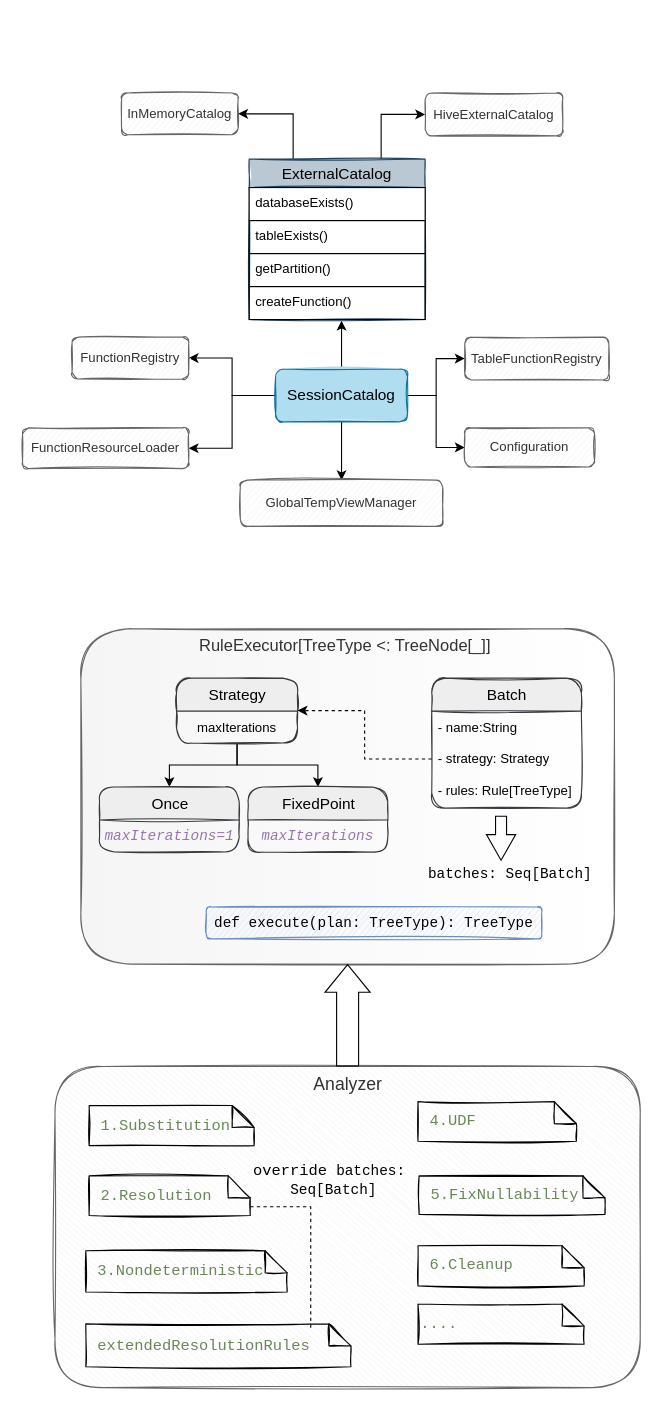
The draw.io diagram Analyzed_and_so_on.drawio in kirito1015/spark_source.sql, before the edit. Source tidied: cells renumbered, new cells numbered last; positions are measured from the earlier drawing's top-left corner, leaving out a move shared by most shapes. Both pictures are drawn from the tidied source at 110%, with x=0, y=0 at pixel (22, 92).
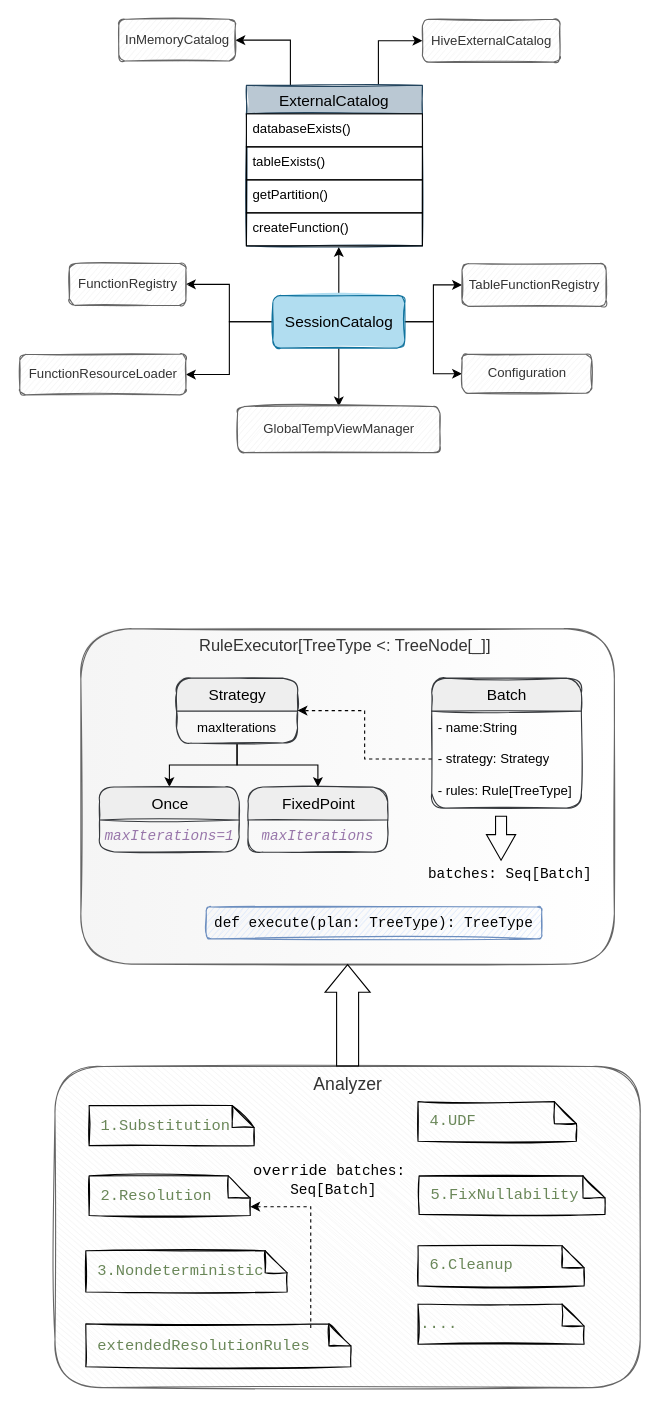
Above is the later version.

The change refers to these unchanged cells:
```xml
<mxCell id="43" value="&lt;pre style=&quot;color: rgb(169, 183, 198); font-family: &amp;quot;jetbrains mono&amp;quot;, monospace; font-size: 14px;&quot;&gt;&lt;span style=&quot;color: rgb(106, 135, 89); font-size: 14px;&quot;&gt; 2.Resolution&lt;/span&gt;&lt;/pre&gt;" style="shape=note;size=20;whiteSpace=wrap;html=1;rounded=0;shadow=0;glass=0;labelBackgroundColor=none;sketch=1;disableMultiStroke=0;disableMultiStrokeFill=0;fillStyle=auto;fontFamily=Helvetica;fontSize=14;fontColor=default;strokeColor=default;fillColor=none;gradientColor=#ffffff;gradientDirection=south;align=left;" parent="1" vertex="1">
  <mxGeometry x="60.5" y="984.5" width="146.5" height="36" as="geometry" />
</mxCell>
```

What changed in the source:
```diff
@@
     <mxCell id="10" value="SessionCatalog" style="rounded=1;whiteSpace=wrap;html=1;sketch=1;shadow=0;glass=0;fillColor=#b1ddf0;strokeColor=#10739e;overflow=visible;noLabel=0;direction=north;portConstraintRotation=0;snapToPoint=0;perimeter=rectanglePerimeter;fixDash=0;disableMultiStroke=0;disableMultiStrokeFill=0;dashOffset=1;fillStyle=solid;fontSize=14;" parent="1" vertex="1">
-      <mxGeometry x="230" y="251" width="120" height="48" as="geometry" />
+      <mxGeometry x="227.5" y="184" width="120" height="48" as="geometry" />
     </mxCell>
@@
     <mxCell id="13" value="ExternalCatalog" style="swimlane;fontStyle=0;horizontal=1;startSize=26;align=center;fontSize=14;shadow=0;glass=0;sketch=1;disableMultiStroke=0;disableMultiStrokeFill=0;fillStyle=solid;fillColor=#bac8d3;strokeColor=#23445d;" parent="1" vertex="1">
-      <mxGeometry x="206" y="60" width="160" height="146" as="geometry" />
+      <mxGeometry x="203.5" y="-7" width="160" height="146" as="geometry" />
     </mxCell>
@@
     <mxCell id="18" value="GlobalTempViewManager" style="rounded=1;whiteSpace=wrap;html=1;sketch=1;shadow=0;glass=0;fillColor=#f5f5f5;strokeColor=#666666;overflow=visible;noLabel=0;direction=east;portConstraintRotation=0;snapToPoint=0;perimeter=rectanglePerimeter;fixDash=0;disableMultiStroke=0;disableMultiStrokeFill=0;dashOffset=1;fillStyle=auto;fontSize=12;fontColor=#333333;" parent="1" vertex="1">
-      <mxGeometry x="198" y="352" width="184" height="42" as="geometry" />
+      <mxGeometry x="195.5" y="285" width="184" height="42" as="geometry" />
     </mxCell>
     <mxCell id="19" value="FunctionResourceLoader" style="rounded=1;whiteSpace=wrap;html=1;sketch=1;shadow=0;glass=0;overflow=visible;noLabel=0;direction=east;portConstraintRotation=0;snapToPoint=0;perimeter=rectanglePerimeter;fixDash=0;disableMultiStroke=0;disableMultiStrokeFill=0;dashOffset=1;fillStyle=auto;fontSize=12;fillColor=#f5f5f5;fontColor=#333333;strokeColor=#666666;" parent="1" vertex="1">
-      <mxGeometry y="304.5" width="151" height="37" as="geometry" />
+      <mxGeometry x="-2.5" y="237.5" width="151" height="37" as="geometry" />
     </mxCell>
     <mxCell id="20" value="FunctionRegistry" style="rounded=1;whiteSpace=wrap;html=1;sketch=1;shadow=0;glass=0;overflow=visible;noLabel=0;direction=east;portConstraintRotation=0;snapToPoint=0;perimeter=rectanglePerimeter;fixDash=0;disableMultiStroke=0;disableMultiStrokeFill=0;dashOffset=1;fillStyle=auto;fontSize=12;fillColor=#f5f5f5;fontColor=#333333;strokeColor=#666666;" parent="1" vertex="1">
-      <mxGeometry x="45" y="222" width="106" height="38" as="geometry" />
+      <mxGeometry x="42.5" y="155" width="106" height="38" as="geometry" />
     </mxCell>
     <mxCell id="21" value="TableFunctionRegistry" style="rounded=1;whiteSpace=wrap;html=1;sketch=1;shadow=0;glass=0;overflow=visible;noLabel=0;direction=east;portConstraintRotation=0;snapToPoint=0;perimeter=rectanglePerimeter;fixDash=0;disableMultiStroke=0;disableMultiStrokeFill=0;dashOffset=1;fillStyle=auto;fontSize=12;fillColor=#f5f5f5;fontColor=#333333;strokeColor=#666666;" parent="1" vertex="1">
-      <mxGeometry x="402" y="222" width="131" height="39" as="geometry" />
+      <mxGeometry x="399.5" y="155" width="131" height="39" as="geometry" />
     </mxCell>
     <mxCell id="22" value="Configuration" style="rounded=1;whiteSpace=wrap;html=1;sketch=1;shadow=0;glass=0;overflow=visible;noLabel=0;direction=east;portConstraintRotation=0;snapToPoint=0;perimeter=rectanglePerimeter;fixDash=0;disableMultiStroke=0;disableMultiStrokeFill=0;dashOffset=1;fillStyle=auto;fontSize=12;fillColor=#f5f5f5;fontColor=#333333;strokeColor=#666666;" parent="1" vertex="1">
-      <mxGeometry x="402" y="304.5" width="118" height="35.5" as="geometry" />
+      <mxGeometry x="399.5" y="237.5" width="118" height="35.5" as="geometry" />
     </mxCell>
     <mxCell id="23" value="InMemoryCatalog" style="rounded=1;whiteSpace=wrap;html=1;sketch=1;shadow=0;glass=0;overflow=visible;noLabel=0;direction=east;portConstraintRotation=0;snapToPoint=0;perimeter=rectanglePerimeter;fixDash=0;disableMultiStroke=0;disableMultiStrokeFill=0;dashOffset=1;fillStyle=auto;fontSize=12;fillColor=#f5f5f5;fontColor=#333333;strokeColor=#666666;" parent="1" vertex="1">
-      <mxGeometry x="90" width="106" height="38" as="geometry" />
+      <mxGeometry x="87.5" y="-67" width="106" height="38" as="geometry" />
     </mxCell>
     <mxCell id="24" value="HiveExternalCatalog" style="rounded=1;whiteSpace=wrap;html=1;sketch=1;shadow=0;glass=0;overflow=visible;noLabel=0;direction=east;portConstraintRotation=0;snapToPoint=0;perimeter=rectanglePerimeter;fixDash=0;disableMultiStroke=0;disableMultiStrokeFill=0;dashOffset=1;fillStyle=auto;fontSize=12;fillColor=#f5f5f5;fontColor=#333333;strokeColor=#666666;" parent="1" vertex="1">
-      <mxGeometry x="366" width="125" height="39" as="geometry" />
+      <mxGeometry x="363.5" y="-67" width="125" height="39" as="geometry" />
     </mxCell>
@@
-    <mxCell id="42" style="edgeStyle=orthogonalEdgeStyle;rounded=0;jettySize=auto;html=1;fontFamily=Helvetica;fontSize=14;fontColor=#6A8759;fillColor=default;exitX=0;exitY=0;exitDx=146.5;exitDy=28;exitPerimeter=0;dashed=1;endArrow=none;endFill=0;" parent="1" edge="1" source="43">
+    <mxCell id="42" style="edgeStyle=orthogonalEdgeStyle;rounded=0;jettySize=auto;html=1;fontFamily=Helvetica;fontSize=14;fontColor=#6A8759;fillColor=default;exitX=0;exitY=0;exitDx=146.5;exitDy=28;exitPerimeter=0;dashed=1;endArrow=none;endFill=0;startArrow=classic;startFill=1;" parent="1" edge="1" source="43">
       <mxGeometry relative="1" as="geometry">
         <mxPoint x="262" y="1123" as="targetPoint" />
         <Array as="points">
           <mxPoint x="262" y="1013" />
           <mxPoint x="262" y="1119" />
         </Array>
       </mxGeometry>
     </mxCell>
```
